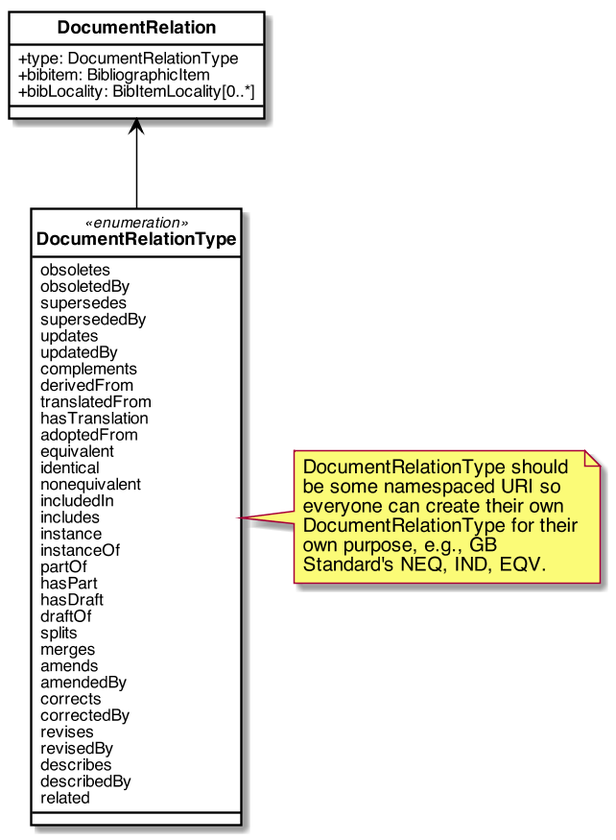
The PlantUML diagram images/RelBib_DocumentRelation.png in relaton/relaton-models, before a commit.
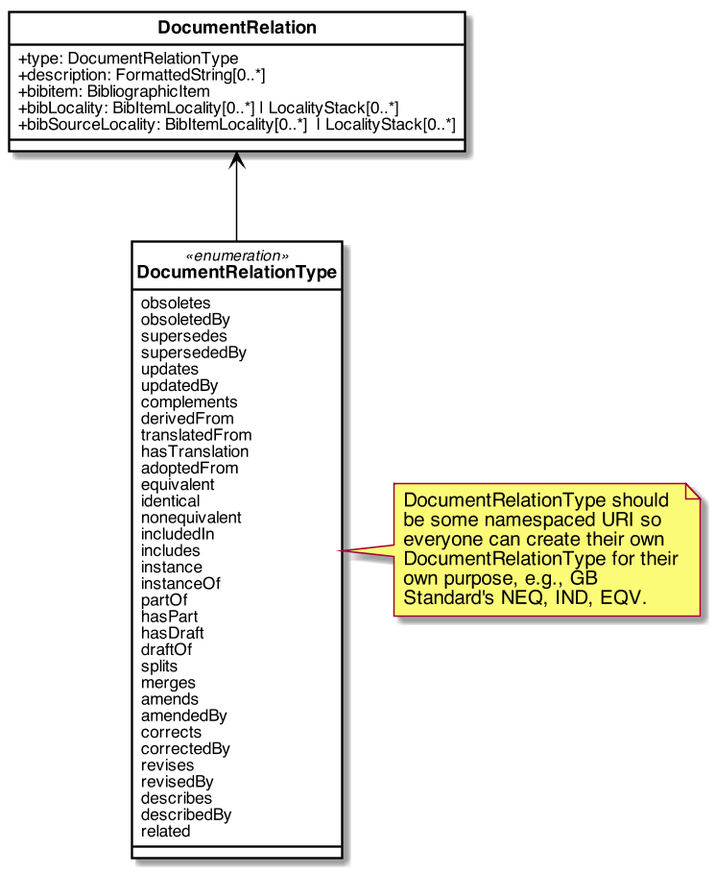
The same diagram one commit later.

Commit message:
localityStack, relation: #25

The edit, as a diff of the source:
```diff
@@ -43,8 +43,10 @@
 
 class DocumentRelation {
     +type: DocumentRelationType
+    +description: FormattedString[0..*]
     +bibitem: BibliographicItem
-    +bibLocality: BibItemLocality[0..*]
+    +bibLocality: BibItemLocality[0..*] | LocalityStack[0..*]
+    +bibSourceLocality: BibItemLocality[0..*]  | LocalityStack[0..*]
 }
 
 enum DocumentRelationType <<enumeration>>{
```
